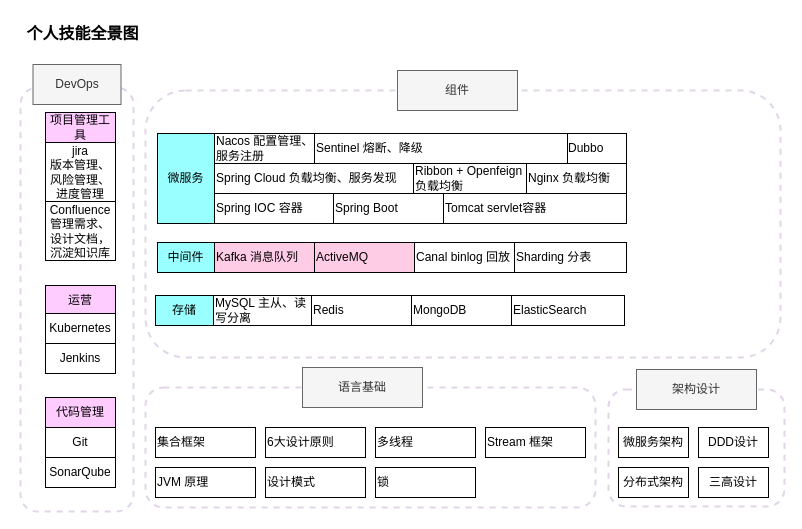
Before: 个人技术栈全景图.drawio in hlcgithub/draw, a draw.io diagram. Source tidied: cells renumbered, new cells numbered last; positions are measured from the earlier drawing's top-left corner, leaving out a move shared by most shapes. Both pictures are drawn from the tidied source at 100%, with x=0, y=0 at pixel (17, 17).
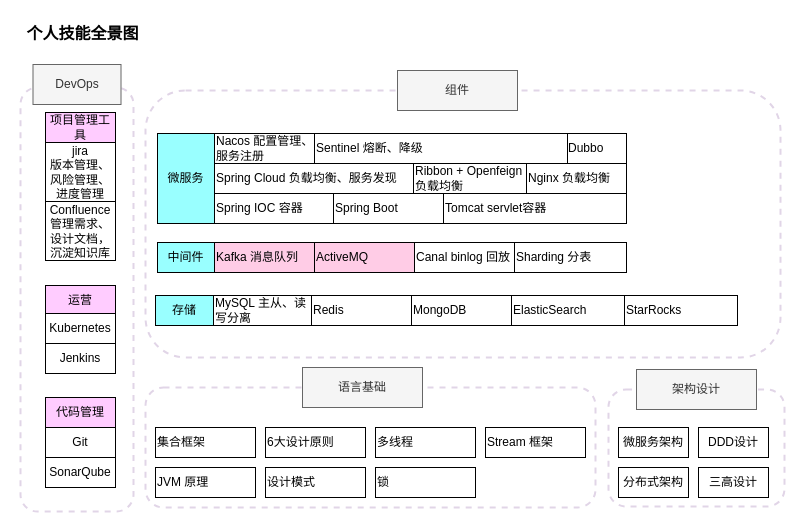
The same page after the edit.

Commit message:
Update 个人技术栈全景图.drawio

The edit, as a diff of the source:
```diff
@@
+    <mxCell id="51" value="&lt;span style=&quot;text-align: center;&quot;&gt;StarRocks&lt;/span&gt;" style="rounded=0;whiteSpace=wrap;html=1;align=left;" parent="1" vertex="1">
+      <mxGeometry x="607" y="278" width="113" height="30" as="geometry" />
+    </mxCell>
```
